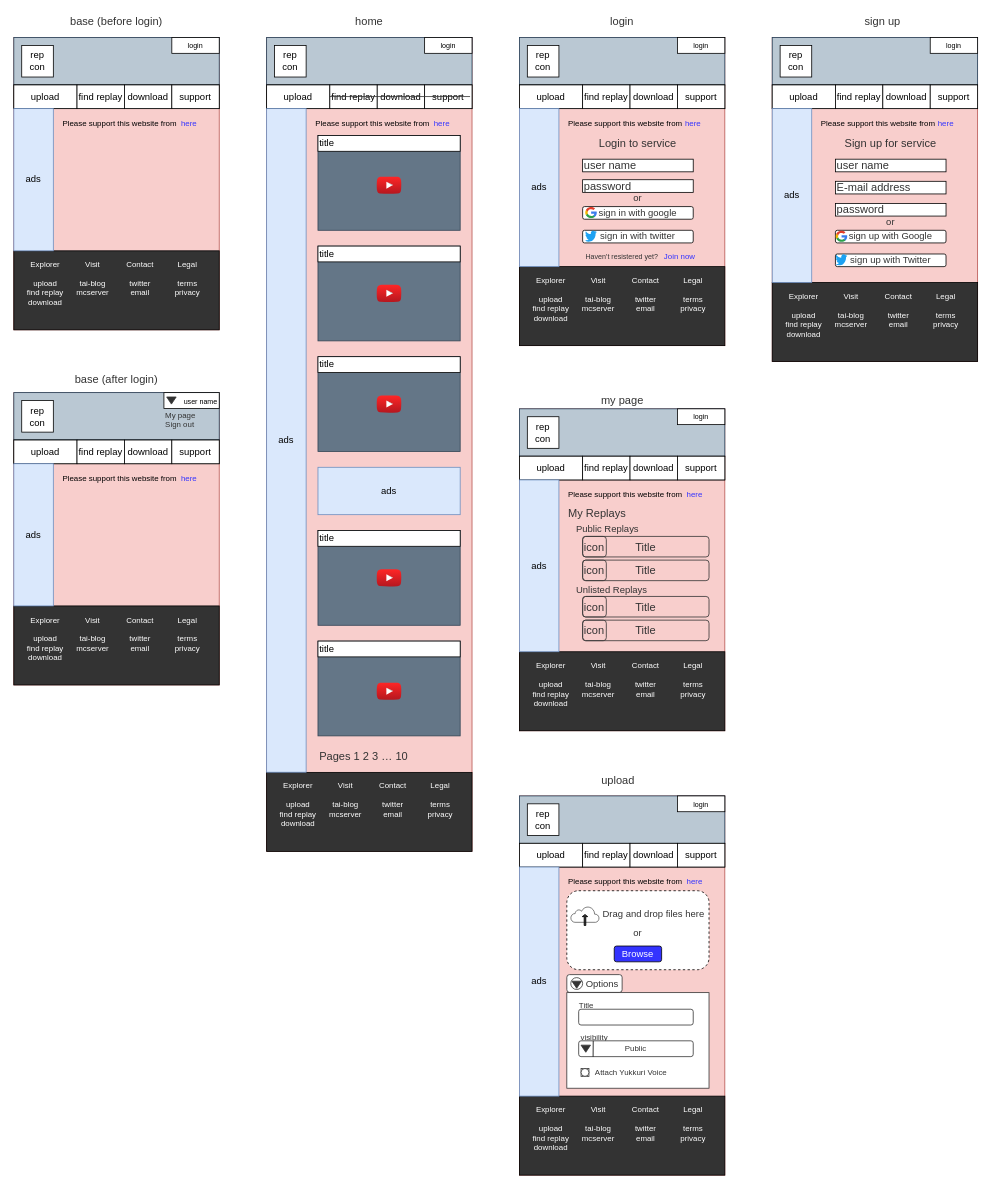
Above: page "Page-2" (2 of 3) of Untitled Diagram.drawio in tforce7171/replay_-to_video (draw.io), before the change. Source tidied: cells renumbered, new cells numbered last; positions are measured from the earlier drawing's top-left corner, leaving out a move shared by most shapes. Both pictures are drawn from the tidied source at 79%, with x=0, y=0 at pixel (13, 13).
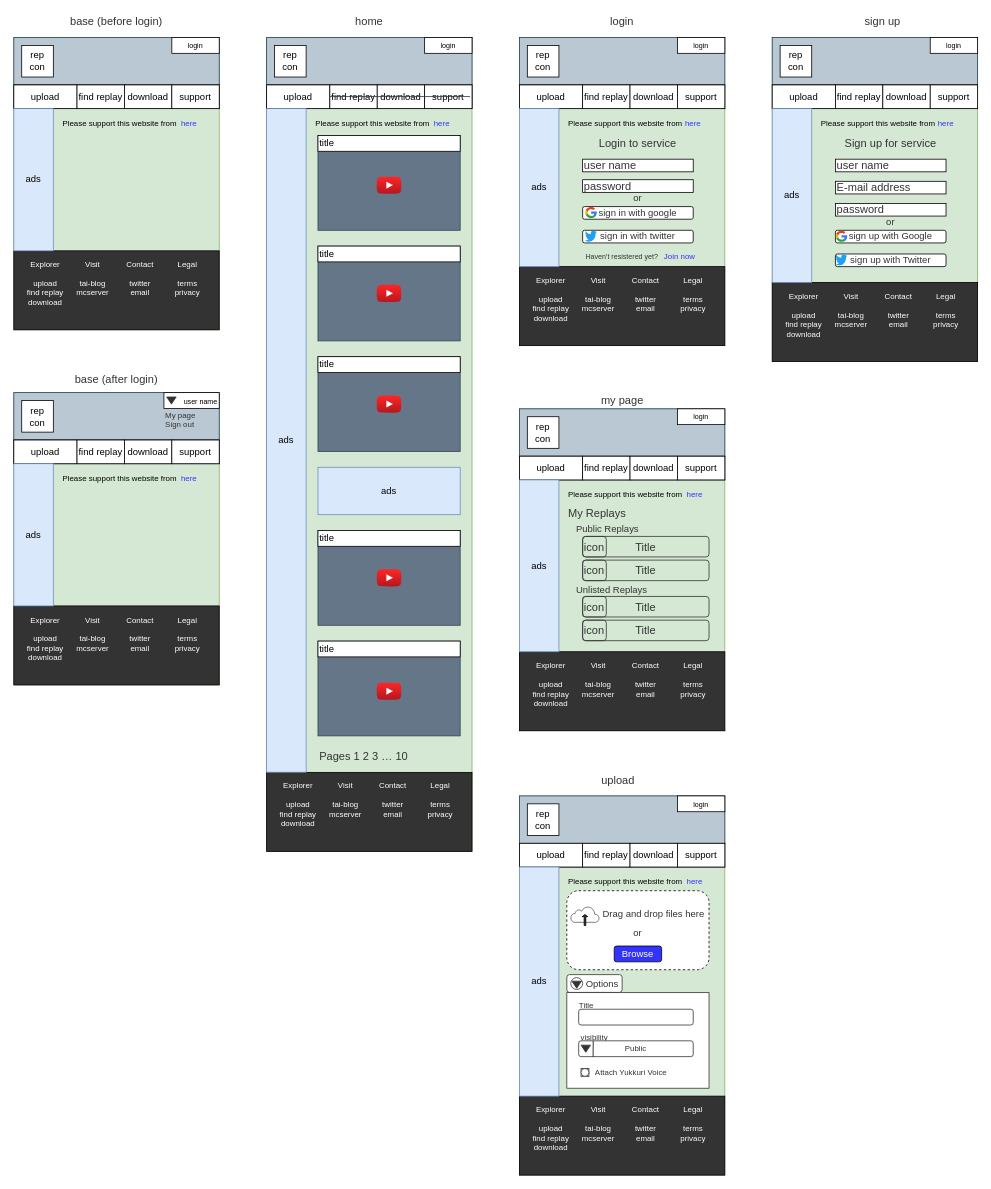
The same diagram, later.

The edit, as a diff of the source:
```diff
@@
-    <mxCell id="2" style="rounded=0;whiteSpace=wrap;html=1;fillColor=#f8cecc;strokeColor=#b85450;" parent="1" vertex="1">
+    <mxCell id="2" style="rounded=0;whiteSpace=wrap;html=1;fillColor=#d5e8d4;strokeColor=#82b366;" parent="1" vertex="1">
       <mxGeometry x="320" y="30" width="260" height="1030" as="geometry" />
     </mxCell>
@@
-    <mxCell id="31" style="rounded=0;whiteSpace=wrap;html=1;fillColor=#f8cecc;strokeColor=#b85450;" parent="1" vertex="1">
+    <mxCell id="31" style="rounded=0;whiteSpace=wrap;html=1;fillColor=#d5e8d4;strokeColor=#82b366;" parent="1" vertex="1">
       <mxGeometry y="30" width="260" height="370" as="geometry" />
     </mxCell>
@@
-    <mxCell id="49" style="rounded=0;whiteSpace=wrap;html=1;fillColor=#f8cecc;strokeColor=#b85450;" parent="1" vertex="1">
+    <mxCell id="49" style="rounded=0;whiteSpace=wrap;html=1;strokeColor=#82b366;fillColor=#d5e8d4;" parent="1" vertex="1">
       <mxGeometry x="640" y="30" width="260" height="390" as="geometry" />
     </mxCell>
@@
-    <mxCell id="75" style="rounded=0;whiteSpace=wrap;html=1;fillColor=#f8cecc;strokeColor=#b85450;" parent="1" vertex="1">
+    <mxCell id="75" style="rounded=0;whiteSpace=wrap;html=1;fillColor=#d5e8d4;strokeColor=#82b366;" parent="1" vertex="1">
       <mxGeometry x="960" y="30" width="260" height="410" as="geometry" />
     </mxCell>
@@
-    <mxCell id="100" style="rounded=0;whiteSpace=wrap;html=1;fillColor=#f8cecc;strokeColor=#b85450;" parent="1" vertex="1">
+    <mxCell id="100" style="rounded=0;whiteSpace=wrap;html=1;fillColor=#d5e8d4;strokeColor=#82b366;" parent="1" vertex="1">
       <mxGeometry x="640" y="990" width="260" height="480" as="geometry" />
     </mxCell>
@@
-    <mxCell id="142" style="rounded=0;whiteSpace=wrap;html=1;fillColor=#f8cecc;strokeColor=#b85450;" parent="1" vertex="1">
+    <mxCell id="142" style="rounded=0;whiteSpace=wrap;html=1;fillColor=#d5e8d4;strokeColor=#82b366;" parent="1" vertex="1">
       <mxGeometry x="640" y="500" width="260" height="407.5" as="geometry" />
     </mxCell>
@@
-    <mxCell id="178" style="rounded=0;whiteSpace=wrap;html=1;fillColor=#f8cecc;strokeColor=#b85450;" parent="1" vertex="1">
+    <mxCell id="178" style="rounded=0;whiteSpace=wrap;html=1;fillColor=#d5e8d4;strokeColor=#82b366;" parent="1" vertex="1">
       <mxGeometry y="479.5" width="260" height="370" as="geometry" />
     </mxCell>
```
